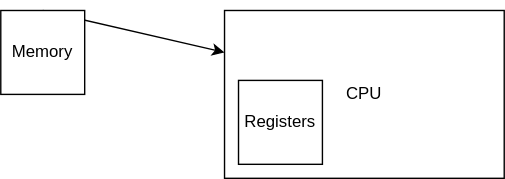
Above: images/cpu_basic.svg in CodingStreaks/embedded_basics (draw.io), before the change. Source tidied: cells renumbered, new cells last; positions are measured from the earlier drawing's top-left corner, leaving out a move shared by most shapes. Source of this version:
```xml
<mxGraphModel>
  <root>
    <mxCell id="0" />
    <mxCell id="1" parent="0" />
    <mxCell id="2" style="edgeStyle=none;html=1;exitX=0.5;exitY=0;exitDx=0;exitDy=0;entryX=0;entryY=0.25;entryDx=0;entryDy=0;" parent="1" edge="1" source="3" target="4">
      <mxGeometry relative="1" as="geometry" />
    </mxCell>
    <mxCell id="3" value="Memory" style="rounded=0;whiteSpace=wrap;html=1;" parent="1" vertex="1">
      <mxGeometry width="60" height="60" as="geometry" />
    </mxCell>
    <mxCell id="4" value="CPU" style="rounded=0;whiteSpace=wrap;html=1;" parent="1" vertex="1">
      <mxGeometry x="160" width="200" height="120" as="geometry" />
    </mxCell>
    <mxCell id="5" value="Registers" style="rounded=0;whiteSpace=wrap;html=1;" parent="1" vertex="1">
      <mxGeometry x="170" y="50" width="60" height="60" as="geometry" />
    </mxCell>
  </root>
</mxGraphModel>
```
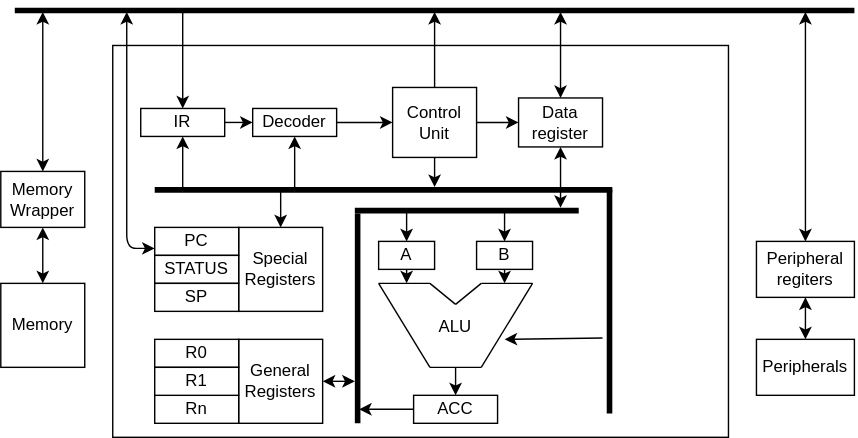
After the commit.

Commit message:
Updated CPU drawing

Change to the diagram source:
```diff
@@ -2,17 +2,210 @@
   <root>
     <mxCell id="0" />
     <mxCell id="1" parent="0" />
-    <mxCell id="2" style="edgeStyle=none;html=1;exitX=0.5;exitY=0;exitDx=0;exitDy=0;entryX=0;entryY=0.25;entryDx=0;entryDy=0;" parent="1" edge="1" source="3" target="4">
-      <mxGeometry relative="1" as="geometry" />
-    </mxCell>
     <mxCell id="3" value="Memory" style="rounded=0;whiteSpace=wrap;html=1;" parent="1" vertex="1">
-      <mxGeometry width="60" height="60" as="geometry" />
+      <mxGeometry x="30" y="200" width="60" height="60" as="geometry" />
     </mxCell>
-    <mxCell id="4" value="CPU" style="rounded=0;whiteSpace=wrap;html=1;" parent="1" vertex="1">
-      <mxGeometry x="160" width="200" height="120" as="geometry" />
+    <mxCell id="4" style="rounded=0;whiteSpace=wrap;html=1;" parent="1" vertex="1">
+      <mxGeometry x="110" y="30" width="440" height="280" as="geometry" />
     </mxCell>
-    <mxCell id="5" value="Registers" style="rounded=0;whiteSpace=wrap;html=1;" parent="1" vertex="1">
-      <mxGeometry x="170" y="50" width="60" height="60" as="geometry" />
+    <mxCell id="5" value="General&lt;br&gt;Registers" style="rounded=0;whiteSpace=wrap;html=1;" parent="1" vertex="1">
+      <mxGeometry x="200" y="240" width="60" height="60" as="geometry" />
     </mxCell>
+    <mxCell id="6" value="Memory Wrapper" style="rounded=0;whiteSpace=wrap;html=1;" parent="1" vertex="1">
+      <mxGeometry x="30" y="120" width="60" height="40" as="geometry" />
+    </mxCell>
+    <mxCell id="7" value="Peripherals" style="rounded=0;whiteSpace=wrap;html=1;" parent="1" vertex="1">
+      <mxGeometry x="570" y="240" width="70" height="40" as="geometry" />
+    </mxCell>
+    <mxCell id="8" value="Peripheral regiters" style="rounded=0;whiteSpace=wrap;html=1;" parent="1" vertex="1">
+      <mxGeometry x="570" y="170" width="70" height="40" as="geometry" />
+    </mxCell>
+    <mxCell id="9" value="Special&lt;br&gt;Registers" style="rounded=0;whiteSpace=wrap;html=1;" parent="1" vertex="1">
+      <mxGeometry x="200" y="160" width="60" height="60" as="geometry" />
+    </mxCell>
+    <mxCell id="10" value="PC" style="rounded=0;whiteSpace=wrap;html=1;" parent="1" vertex="1">
+      <mxGeometry x="140" y="160" width="60" height="20" as="geometry" />
+    </mxCell>
+    <mxCell id="11" value="STATUS" style="rounded=0;whiteSpace=wrap;html=1;" parent="1" vertex="1">
+      <mxGeometry x="140" y="180" width="60" height="20" as="geometry" />
+    </mxCell>
+    <mxCell id="12" value="SP" style="rounded=0;whiteSpace=wrap;html=1;" parent="1" vertex="1">
+      <mxGeometry x="140" y="200" width="60" height="20" as="geometry" />
+    </mxCell>
+    <mxCell id="13" value="R0" style="rounded=0;whiteSpace=wrap;html=1;" parent="1" vertex="1">
+      <mxGeometry x="140" y="240" width="60" height="20" as="geometry" />
+    </mxCell>
+    <mxCell id="14" value="Rn" style="rounded=0;whiteSpace=wrap;html=1;" parent="1" vertex="1">
+      <mxGeometry x="140" y="280" width="60" height="20" as="geometry" />
+    </mxCell>
+    <mxCell id="15" value="R1" style="rounded=0;whiteSpace=wrap;html=1;" parent="1" vertex="1">
+      <mxGeometry x="140" y="260" width="60" height="20" as="geometry" />
+    </mxCell>
+    <mxCell id="16" value="ALU" style="group;verticalAlign=middle;" parent="1" vertex="1">
+      <mxGeometry x="300" y="200" width="110" height="60" as="geometry" />
+    </mxCell>
+    <mxCell id="17" style="endArrow=none;html=1;" parent="16" edge="1">
+      <mxGeometry relative="1" as="geometry">
+        <mxPoint as="sourcePoint" />
+        <mxPoint x="36.7" as="targetPoint" />
+      </mxGeometry>
+    </mxCell>
+    <mxCell id="18" style="endArrow=none;html=1;" parent="16" edge="1">
+      <mxGeometry relative="1" as="geometry">
+        <mxPoint x="110" as="sourcePoint" />
+        <mxPoint x="73.3" as="targetPoint" />
+      </mxGeometry>
+    </mxCell>
+    <mxCell id="19" style="endArrow=none;html=1;" parent="16" edge="1">
+      <mxGeometry relative="1" as="geometry">
+        <mxPoint x="36.7" as="sourcePoint" />
+        <mxPoint x="55" y="15" as="targetPoint" />
+      </mxGeometry>
+    </mxCell>
+    <mxCell id="20" style="endArrow=none;html=1;" parent="16" edge="1">
+      <mxGeometry relative="1" as="geometry">
+        <mxPoint x="55" y="15" as="sourcePoint" />
+        <mxPoint x="73.3" as="targetPoint" />
+      </mxGeometry>
+    </mxCell>
+    <mxCell id="21" style="endArrow=none;html=1;" parent="16" edge="1">
+      <mxGeometry relative="1" as="geometry">
+        <mxPoint x="36.7" y="60" as="sourcePoint" />
+        <mxPoint as="targetPoint" />
+      </mxGeometry>
+    </mxCell>
+    <mxCell id="22" style="endArrow=none;html=1;" parent="16" edge="1">
+      <mxGeometry relative="1" as="geometry">
+        <mxPoint x="73.3" y="60" as="sourcePoint" />
+        <mxPoint x="110" as="targetPoint" />
+      </mxGeometry>
+    </mxCell>
+    <mxCell id="23" style="endArrow=none;html=1;" parent="16" edge="1">
+      <mxGeometry relative="1" as="geometry">
+        <mxPoint x="36.7" y="60" as="sourcePoint" />
+        <mxPoint x="73.3" y="60" as="targetPoint" />
+      </mxGeometry>
+    </mxCell>
+    <mxCell id="24" style="edgeStyle=none;html=1;exitX=0.5;exitY=1;exitDx=0;exitDy=0;" parent="1" edge="1" source="25">
+      <mxGeometry relative="1" as="geometry">
+        <mxPoint x="320" y="200" as="targetPoint" />
+      </mxGeometry>
+    </mxCell>
+    <mxCell id="25" value="A" style="rounded=0;whiteSpace=wrap;html=1;" parent="1" vertex="1">
+      <mxGeometry x="300" y="170" width="40" height="20" as="geometry" />
+    </mxCell>
+    <mxCell id="26" style="edgeStyle=none;html=1;exitX=0.5;exitY=1;exitDx=0;exitDy=0;" parent="1" edge="1" source="27">
+      <mxGeometry relative="1" as="geometry">
+        <mxPoint x="390" y="200" as="targetPoint" />
+      </mxGeometry>
+    </mxCell>
+    <mxCell id="27" value="B" style="rounded=0;whiteSpace=wrap;html=1;" parent="1" vertex="1">
+      <mxGeometry x="370" y="170" width="40" height="20" as="geometry" />
+    </mxCell>
+    <mxCell id="28" value="ACC" style="rounded=0;whiteSpace=wrap;html=1;" parent="1" vertex="1">
+      <mxGeometry x="325" y="280" width="60" height="20" as="geometry" />
+    </mxCell>
+    <mxCell id="29" style="edgeStyle=none;html=1;exitX=1;exitY=0.5;exitDx=0;exitDy=0;entryX=0;entryY=0.5;entryDx=0;entryDy=0;" parent="1" edge="1" source="30" target="35">
+      <mxGeometry relative="1" as="geometry" />
+    </mxCell>
+    <mxCell id="30" value="IR" style="rounded=0;whiteSpace=wrap;html=1;" parent="1" vertex="1">
+      <mxGeometry x="130" y="75" width="60" height="20" as="geometry" />
+    </mxCell>
+    <mxCell id="31" style="edgeStyle=none;html=1;exitX=0.5;exitY=0;exitDx=0;exitDy=0;" parent="1" edge="1" source="33" target="50">
+      <mxGeometry relative="1" as="geometry" />
+    </mxCell>
+    <mxCell id="32" style="edgeStyle=none;html=1;exitX=1;exitY=0.5;exitDx=0;exitDy=0;" parent="1" edge="1" source="33" target="57">
+      <mxGeometry relative="1" as="geometry" />
+    </mxCell>
+    <mxCell id="33" value="Control Unit" style="rounded=0;whiteSpace=wrap;html=1;" parent="1" vertex="1">
+      <mxGeometry x="310" y="60" width="60" height="50" as="geometry" />
+    </mxCell>
+    <mxCell id="34" style="edgeStyle=none;html=1;exitX=1;exitY=0.5;exitDx=0;exitDy=0;" parent="1" edge="1" source="35" target="33">
+      <mxGeometry relative="1" as="geometry" />
+    </mxCell>
+    <mxCell id="35" value="Decoder" style="rounded=0;whiteSpace=wrap;html=1;" parent="1" vertex="1">
+      <mxGeometry x="210" y="75" width="60" height="20" as="geometry" />
+    </mxCell>
+    <mxCell id="36" style="line;strokeWidth=4;direction=south;html=1;perimeter=backbonePerimeter;points=[];outlineConnect=0;" parent="1" vertex="1">
+      <mxGeometry x="280" y="150" width="10" height="150" as="geometry" />
+    </mxCell>
+    <mxCell id="37" style="line;strokeWidth=4;html=1;perimeter=backbonePerimeter;points=[];outlineConnect=0;" parent="1" vertex="1">
+      <mxGeometry x="283" y="143" width="160" height="10" as="geometry" />
+    </mxCell>
+    <mxCell id="38" style="endArrow=classic;startArrow=classic;html=1;exitX=1;exitY=0.5;exitDx=0;exitDy=0;" parent="1" edge="1" source="5" target="36">
+      <mxGeometry relative="1" as="geometry" />
+    </mxCell>
+    <mxCell id="39" style="endArrow=classic;html=1;exitX=0;exitY=0.5;exitDx=0;exitDy=0;" parent="1" edge="1" source="28" target="36">
+      <mxGeometry relative="1" as="geometry" />
+    </mxCell>
+    <mxCell id="40" style="endArrow=classic;html=1;entryX=0.5;entryY=0;entryDx=0;entryDy=0;" parent="1" edge="1" target="28">
+      <mxGeometry relative="1" as="geometry">
+        <mxPoint x="355" y="260" as="sourcePoint" />
+      </mxGeometry>
+    </mxCell>
+    <mxCell id="41" style="endArrow=classic;html=1;entryX=0.5;entryY=0;entryDx=0;entryDy=0;" parent="1" edge="1" source="37" target="25">
+      <mxGeometry relative="1" as="geometry" />
+    </mxCell>
+    <mxCell id="42" style="endArrow=classic;html=1;entryX=0.5;entryY=0;entryDx=0;entryDy=0;" parent="1" edge="1" source="37" target="27">
+      <mxGeometry relative="1" as="geometry" />
+    </mxCell>
+    <mxCell id="43" style="line;strokeWidth=4;html=1;perimeter=backbonePerimeter;points=[];outlineConnect=0;" parent="1" vertex="1">
+      <mxGeometry x="140" y="123" width="327" height="20.4" as="geometry" />
+    </mxCell>
+    <mxCell id="44" style="line;strokeWidth=4;direction=south;html=1;perimeter=backbonePerimeter;" parent="1" vertex="1">
+      <mxGeometry x="460" y="133" width="10" height="160" as="geometry" />
+    </mxCell>
+    <mxCell id="45" style="endArrow=classic;html=1;" parent="1" edge="1">
+      <mxGeometry relative="1" as="geometry">
+        <mxPoint x="460" y="239" as="sourcePoint" />
+        <mxPoint x="390" y="240" as="targetPoint" />
+      </mxGeometry>
+    </mxCell>
+    <mxCell id="46" style="endArrow=classic;html=1;exitX=0.5;exitY=1;exitDx=0;exitDy=0;" parent="1" edge="1" source="33" target="43">
+      <mxGeometry relative="1" as="geometry" />
+    </mxCell>
+    <mxCell id="47" style="endArrow=classic;html=1;entryX=0.5;entryY=1;entryDx=0;entryDy=0;" parent="1" edge="1" source="43" target="35">
+      <mxGeometry relative="1" as="geometry" />
+    </mxCell>
+    <mxCell id="48" style="endArrow=classic;html=1;entryX=0.5;entryY=1;entryDx=0;entryDy=0;" parent="1" edge="1" source="43" target="30">
+      <mxGeometry relative="1" as="geometry" />
+    </mxCell>
+    <mxCell id="49" style="endArrow=classic;html=1;entryX=0.5;entryY=0;entryDx=0;entryDy=0;" parent="1" edge="1" source="43" target="9">
+      <mxGeometry relative="1" as="geometry" />
+    </mxCell>
+    <mxCell id="50" style="line;strokeWidth=4;html=1;perimeter=backbonePerimeter;points=[];outlineConnect=0;" parent="1" vertex="1">
+      <mxGeometry x="40" width="600" height="10" as="geometry" />
+    </mxCell>
+    <mxCell id="51" style="endArrow=classic;startArrow=classic;html=1;exitX=0.5;exitY=0;exitDx=0;exitDy=0;" parent="1" edge="1" source="6" target="50">
+      <mxGeometry relative="1" as="geometry" />
+    </mxCell>
+    <mxCell id="52" style="endArrow=classic;startArrow=classic;html=1;entryX=0.5;entryY=1;entryDx=0;entryDy=0;exitX=0.5;exitY=0;exitDx=0;exitDy=0;" parent="1" edge="1" source="3" target="6">
+      <mxGeometry relative="1" as="geometry" />
+    </mxCell>
+    <mxCell id="53" style="endArrow=classic;startArrow=classic;html=1;" parent="1" edge="1" source="8" target="50">
+      <mxGeometry relative="1" as="geometry" />
+    </mxCell>
+    <mxCell id="54" style="endArrow=classic;startArrow=classic;html=1;entryX=0.5;entryY=1;entryDx=0;entryDy=0;exitX=0.5;exitY=0;exitDx=0;exitDy=0;" parent="1" edge="1" source="7" target="8">
+      <mxGeometry relative="1" as="geometry" />
+    </mxCell>
+    <mxCell id="55" style="endArrow=classic;startArrow=classic;html=1;entryX=0;entryY=0.75;entryDx=0;entryDy=0;" parent="1" edge="1" source="50" target="10">
+      <mxGeometry relative="1" as="geometry">
+        <Array as="points">
+          <mxPoint x="120" y="175" />
+        </Array>
+      </mxGeometry>
+    </mxCell>
+    <mxCell id="56" style="endArrow=classic;html=1;entryX=0.5;entryY=0;entryDx=0;entryDy=0;" parent="1" edge="1" source="50" target="30">
+      <mxGeometry relative="1" as="geometry" />
+    </mxCell>
+    <mxCell id="57" value="Data register" style="rounded=0;whiteSpace=wrap;html=1;" parent="1" vertex="1">
+      <mxGeometry x="400" y="67.5" width="60" height="35" as="geometry" />
+    </mxCell>
+    <mxCell id="58" style="endArrow=classic;startArrow=classic;html=1;exitX=0.5;exitY=0;exitDx=0;exitDy=0;" parent="1" edge="1" source="57" target="50">
+      <mxGeometry relative="1" as="geometry" />
+    </mxCell>
+    <mxCell id="59" style="endArrow=classic;startArrow=classic;html=1;entryX=0.5;entryY=1;entryDx=0;entryDy=0;" parent="1" edge="1" source="37" target="57">
+      <mxGeometry relative="1" as="geometry" />
+    </mxCell>
   </root>
 </mxGraphModel>
```
